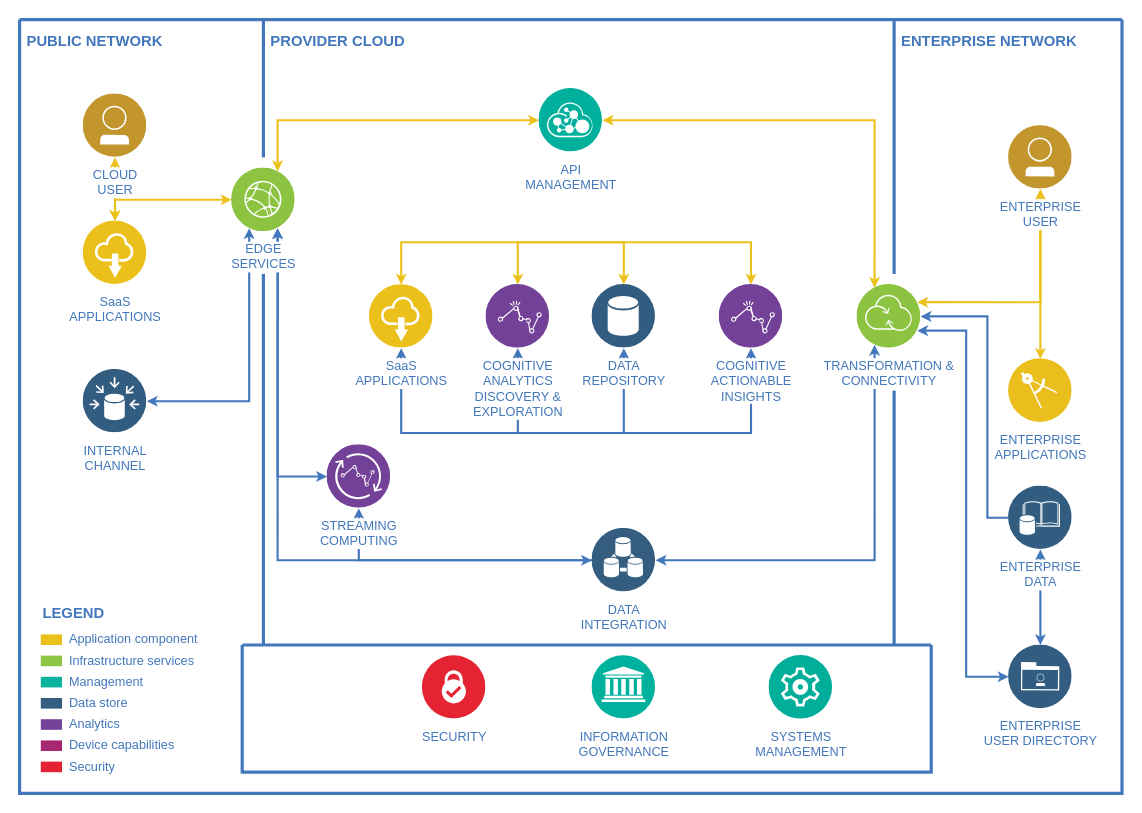
Before: 未命名绘图.drawio in acceleratorssr/test, a draw.io diagram. Source tidied: cells renumbered, new cells numbered last; positions are measured from the earlier drawing's top-left corner, leaving out a move shared by most shapes. Both pictures are drawn from the tidied source at 106%, with x=0, y=0 at pixel (19, 19).
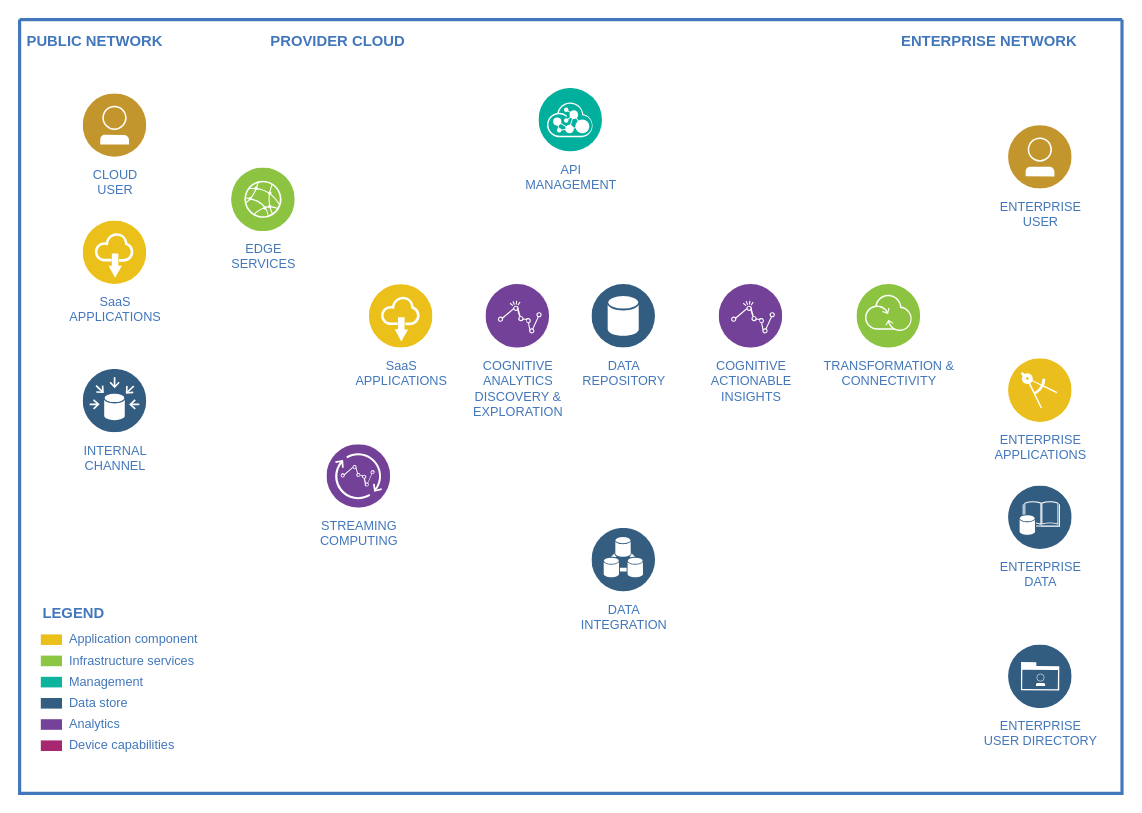
After the change.

Commit message:
更新未命名绘图.drawio

The change refers to these unchanged cells:
```xml
<mxCell id="2" style="swimlane;shadow=0;strokeColor=#4277BB;fillColor=#ffffff;fontColor=none;align=right;startSize=0;noLabel=1;strokeWidth=3;" parent="1" vertex="1">
  <mxGeometry width="1040" height="730" as="geometry" />
</mxCell>
<mxCell id="20" value="CLOUD&lt;div&gt;USER&lt;/div&gt;" style="perimeter=ellipsePerimeter;html=1;align=center;shadow=0;dashed=0;image;image=img/lib/ibm/users/user.svg;strokeColor=#FF0000;fillColor=#FFFF66;gradientColor=none;fontColor=#4277BB;labelBackgroundColor=#ffffff;fontSize=12;spacingTop=3;" parent="2" vertex="1">
  <mxGeometry x="60" y="70" width="60" height="60" as="geometry" />
</mxCell>
<mxCell id="22" value="SaaS&lt;div&gt;APPLICATIONS&lt;/div&gt;" style="perimeter=ellipsePerimeter;html=1;align=center;shadow=0;dashed=0;image;image=img/lib/ibm/applications/saas_applications.svg;strokeColor=#FF0000;fillColor=#FFFF66;gradientColor=none;fontColor=#4277BB;labelBackgroundColor=#ffffff;spacingTop=3;" parent="2" vertex="1">
  <mxGeometry x="60" y="190" width="60" height="60" as="geometry" />
</mxCell>
<mxCell id="23" value="INTERNAL&lt;div&gt;CHANNEL&lt;/div&gt;" style="perimeter=ellipsePerimeter;html=1;align=center;shadow=0;dashed=0;image;image=img/lib/ibm/data/data_sources.svg;strokeColor=#FF0000;fillColor=#FFFF66;gradientColor=none;fontColor=#4277BB;labelBackgroundColor=#ffffff;spacingTop=3;" parent="2" vertex="1">
  <mxGeometry x="60" y="330" width="60" height="60" as="geometry" />
</mxCell>
<mxCell id="24" value="EDGE&lt;div&gt;SERVICES&lt;/div&gt;" style="perimeter=ellipsePerimeter;html=1;align=center;shadow=0;dashed=0;image;image=img/lib/ibm/infrastructure/edge_services.svg;strokeColor=#FF0000;fillColor=#FFFF66;gradientColor=none;fontColor=#4277BB;labelBackgroundColor=#ffffff;spacingTop=3;" parent="2" vertex="1">
  <mxGeometry x="200" y="140" width="60" height="60" as="geometry" />
</mxCell>
<mxCell id="25" value="API&lt;div&gt;MANAGEMENT&lt;/div&gt;" style="perimeter=ellipsePerimeter;html=1;align=center;shadow=0;dashed=0;image;image=img/lib/ibm/management/api_management.svg;strokeColor=#FF0000;fillColor=#FFFF66;gradientColor=none;fontColor=#4277BB;labelBackgroundColor=#ffffff;spacingTop=3;" parent="2" vertex="1">
  <mxGeometry x="490" y="65" width="60" height="60" as="geometry" />
</mxCell>
<mxCell id="26" value="SaaS&lt;div&gt;APPLICATIONS&lt;/div&gt;" style="perimeter=ellipsePerimeter;html=1;align=center;shadow=0;dashed=0;image;image=img/lib/ibm/applications/saas_applications.svg;strokeColor=#FF0000;fillColor=#FFFF66;gradientColor=none;fontColor=#4277BB;labelBackgroundColor=#ffffff;spacingTop=3;" parent="2" vertex="1">
  <mxGeometry x="330" y="250" width="60" height="60" as="geometry" />
</mxCell>
<mxCell id="27" value="COGNITIVE&lt;div&gt;ANALYTICS&lt;/div&gt;&lt;div&gt;DISCOVERY &amp;amp;&lt;/div&gt;&lt;div&gt;EXPLORATION&lt;/div&gt;" style="perimeter=ellipsePerimeter;html=1;align=center;shadow=0;dashed=0;image;image=img/lib/ibm/analytics/analytics.svg;strokeColor=#FF0000;fillColor=#FFFF66;gradientColor=none;fontColor=#4277BB;labelBackgroundColor=#ffffff;spacingTop=3;" parent="2" vertex="1">
  <mxGeometry x="440" y="250" width="60" height="60" as="geometry" />
</mxCell>
<mxCell id="28" value="DATA&lt;div&gt;REPOSITORY&lt;/div&gt;" style="perimeter=ellipsePerimeter;html=1;align=center;shadow=0;dashed=0;image;image=img/lib/ibm/data/data_services.svg;strokeColor=#FF0000;fillColor=#FFFF66;gradientColor=none;fontColor=#4277BB;labelBackgroundColor=#ffffff;spacingTop=3;" parent="2" vertex="1">
  <mxGeometry x="540" y="250" width="60" height="60" as="geometry" />
</mxCell>
<mxCell id="29" value="COGNITIVE&lt;div&gt;ACTIONABLE&lt;/div&gt;&lt;div&gt;INSIGHTS&lt;/div&gt;" style="perimeter=ellipsePerimeter;html=1;align=center;shadow=0;dashed=0;image;image=img/lib/ibm/analytics/analytics.svg;strokeColor=#FF0000;fillColor=#FFFF66;gradientColor=none;fontColor=#4277BB;labelBackgroundColor=#ffffff;spacingTop=3;" parent="2" vertex="1">
  <mxGeometry x="660" y="250" width="60" height="60" as="geometry" />
</mxCell>
<mxCell id="30" value="STREAMING&lt;div&gt;COMPUTING&lt;/div&gt;" style="perimeter=ellipsePerimeter;html=1;align=center;shadow=0;dashed=0;image;image=img/lib/ibm/analytics/streaming_computing.svg;strokeColor=#FF0000;fillColor=#FFFF66;gradientColor=none;fontColor=#4277BB;labelBackgroundColor=#ffffff;spacingTop=3;" parent="2" vertex="1">
  <mxGeometry x="290" y="401" width="60" height="60" as="geometry" />
</mxCell>
<mxCell id="31" value="DATA&lt;div&gt;INTEGRATION&lt;/div&gt;" style="perimeter=ellipsePerimeter;html=1;align=center;shadow=0;dashed=0;image;image=img/lib/ibm/data/device_registry.svg;strokeColor=#FF0000;fillColor=#FFFF66;gradientColor=none;fontColor=#4277BB;labelBackgroundColor=#ffffff;spacingTop=3;" parent="2" vertex="1">
  <mxGeometry x="540" y="480" width="60" height="60" as="geometry" />
</mxCell>
<mxCell id="32" value="TRANSFORMATION &amp;amp;&lt;div&gt;CONNECTIVITY&lt;/div&gt;" style="perimeter=ellipsePerimeter;html=1;align=center;shadow=0;dashed=0;image;image=img/lib/ibm/infrastructure/transformation_connectivity.svg;strokeColor=#FF0000;fillColor=#FFFF66;gradientColor=none;fontColor=#4277BB;labelBackgroundColor=#ffffff;spacingTop=3;" parent="2" vertex="1">
  <mxGeometry x="790" y="250" width="60" height="60" as="geometry" />
</mxCell>
<mxCell id="33" value="ENTERPRISE&lt;div&gt;USER&lt;/div&gt;" style="perimeter=ellipsePerimeter;html=1;align=center;shadow=0;dashed=0;image;image=img/lib/ibm/users/user.svg;strokeColor=#FF0000;fillColor=#FFFF66;gradientColor=none;fontColor=#4277BB;labelBackgroundColor=#ffffff;spacingTop=3;" parent="2" vertex="1">
  <mxGeometry x="933" y="100" width="60" height="60" as="geometry" />
</mxCell>
<mxCell id="34" value="ENTERPRISE&lt;div&gt;APPLICATIONS&lt;/div&gt;" style="perimeter=ellipsePerimeter;html=1;align=center;shadow=0;dashed=0;image;image=img/lib/ibm/applications/enterprise_applications.svg;strokeColor=#FF0000;fillColor=#FFFF66;gradientColor=none;fontColor=#4277BB;labelBackgroundColor=#ffffff;spacingTop=3;" parent="2" vertex="1">
  <mxGeometry x="933" y="320" width="60" height="60" as="geometry" />
</mxCell>
<mxCell id="35" value="ENTERPRISE&lt;div&gt;DATA&lt;/div&gt;" style="perimeter=ellipsePerimeter;html=1;align=center;shadow=0;dashed=0;image;image=img/lib/ibm/data/enterprise_data.svg;strokeColor=#FF0000;fillColor=#FFFF66;gradientColor=none;fontColor=#4277BB;labelBackgroundColor=#ffffff;spacingTop=3;" parent="2" vertex="1">
  <mxGeometry x="933" y="440" width="60" height="60" as="geometry" />
</mxCell>
<mxCell id="36" value="ENTERPRISE&lt;div&gt;USER DIRECTORY&lt;/div&gt;" style="perimeter=ellipsePerimeter;html=1;align=center;shadow=0;dashed=0;image;image=img/lib/ibm/data/enterprise_user_directory.svg;strokeColor=#FF0000;fillColor=#FFFF66;gradientColor=none;fontColor=#4277BB;labelBackgroundColor=#ffffff;spacingTop=3;" parent="2" vertex="1">
  <mxGeometry x="933" y="590" width="60" height="60" as="geometry" />
</mxCell>
```

Diff of the diagram source:
```diff
@@
-    <mxCell id="3" style="edgeStyle=orthogonalEdgeStyle;rounded=0;html=1;labelBackgroundColor=#ffffff;jettySize=auto;strokeColor=#EDC11C;fontColor=#000000;startArrow=classic;startFill=1;strokeWidth=2;endSize=4;startSize=4;" parent="2" edge="1" source="20" target="22">
-      <mxGeometry relative="1" as="geometry" />
-    </mxCell>
-    <mxCell id="4" style="edgeStyle=orthogonalEdgeStyle;rounded=0;html=1;entryX=0.75;entryY=1;labelBackgroundColor=#ffffff;jettySize=auto;strokeColor=#4277BB;fontColor=#000000;strokeWidth=2;endSize=4;startSize=4;startArrow=classic;startFill=1;" parent="2" edge="1" source="30" target="24">
-      <mxGeometry relative="1" as="geometry" />
-    </mxCell>
-    <mxCell id="5" style="edgeStyle=orthogonalEdgeStyle;rounded=0;html=1;entryX=0.25;entryY=1;labelBackgroundColor=#ffffff;jettySize=auto;strokeColor=#4277BB;fontColor=#000000;strokeWidth=2;endSize=4;startSize=4;startArrow=classic;startFill=1;" parent="2" edge="1" source="23" target="24">
-      <mxGeometry relative="1" as="geometry" />
-    </mxCell>
-    <mxCell id="6" style="edgeStyle=orthogonalEdgeStyle;rounded=0;html=1;entryX=0.25;entryY=0;labelBackgroundColor=#ffffff;jettySize=auto;strokeColor=#EDC11C;fontColor=#000000;startArrow=classic;strokeWidth=2;endSize=4;startSize=4;" parent="2" edge="1" source="25" target="32">
-      <mxGeometry relative="1" as="geometry" />
-    </mxCell>
-    <mxCell id="7" style="edgeStyle=orthogonalEdgeStyle;rounded=0;html=1;entryX=0.75;entryY=0;labelBackgroundColor=#ffffff;jettySize=auto;strokeColor=#EDC11C;fontColor=#000000;startArrow=classic;strokeWidth=2;endSize=4;startSize=4;" parent="2" edge="1" source="25" target="24">
-      <mxGeometry relative="1" as="geometry">
-        <Array as="points">
-          <mxPoint x="243" y="95" />
-        </Array>
-      </mxGeometry>
-    </mxCell>
-    <mxCell id="8" style="edgeStyle=orthogonalEdgeStyle;rounded=0;html=1;labelBackgroundColor=#ffffff;jettySize=auto;strokeColor=#4277BB;fontColor=#000000;strokeWidth=2;endSize=4;startSize=4;startArrow=classic;startFill=1;" parent="2" edge="1" source="26" target="29">
-      <mxGeometry relative="1" as="geometry">
-        <Array as="points">
-          <mxPoint x="360" y="390" />
-          <mxPoint x="690" y="390" />
-        </Array>
-      </mxGeometry>
-    </mxCell>
-    <mxCell id="9" style="edgeStyle=orthogonalEdgeStyle;rounded=0;html=1;labelBackgroundColor=#ffffff;jettySize=auto;strokeColor=#EDC11C;fontColor=#000000;startArrow=classic;strokeWidth=2;endSize=4;startSize=4;" parent="2" edge="1" source="26" target="29">
-      <mxGeometry relative="1" as="geometry">
-        <Array as="points">
-          <mxPoint x="360" y="210" />
-          <mxPoint x="690" y="210" />
-        </Array>
-      </mxGeometry>
-    </mxCell>
-    <mxCell id="10" style="edgeStyle=orthogonalEdgeStyle;rounded=0;html=1;labelBackgroundColor=#ffffff;jettySize=auto;strokeColor=#4277BB;fontColor=#000000;strokeWidth=2;endSize=4;startSize=4;startArrow=classic;startFill=1;" parent="2" edge="1" source="27" target="28">
-      <mxGeometry relative="1" as="geometry">
-        <Array as="points">
-          <mxPoint x="470" y="390" />
-          <mxPoint x="570" y="390" />
-        </Array>
-      </mxGeometry>
-    </mxCell>
-    <mxCell id="11" style="edgeStyle=orthogonalEdgeStyle;rounded=0;html=1;labelBackgroundColor=#ffffff;jettySize=auto;strokeColor=#EDC11C;fontColor=#000000;startArrow=classic;strokeWidth=2;endSize=4;startSize=4;" parent="2" edge="1" source="27" target="28">
-      <mxGeometry relative="1" as="geometry">
-        <Array as="points">
-          <mxPoint x="470" y="210" />
-          <mxPoint x="570" y="210" />
-        </Array>
-      </mxGeometry>
-    </mxCell>
-    <mxCell id="12" style="edgeStyle=orthogonalEdgeStyle;rounded=0;html=1;labelBackgroundColor=#ffffff;jettySize=auto;strokeColor=#4277BB;fontColor=#000000;entryX=0.75;entryY=1;strokeWidth=2;endSize=4;startSize=4;startArrow=classic;startFill=1;" parent="2" edge="1" source="31" target="24">
-      <mxGeometry relative="1" as="geometry">
-        <Array as="points">
-          <mxPoint x="243" y="510" />
-        </Array>
-      </mxGeometry>
-    </mxCell>
-    <mxCell id="13" style="edgeStyle=orthogonalEdgeStyle;rounded=0;html=1;entryX=0.25;entryY=1;labelBackgroundColor=#ffffff;jettySize=auto;strokeColor=#4277BB;fontColor=#000000;strokeWidth=2;endSize=4;startSize=4;startArrow=classic;startFill=1;" parent="2" edge="1" source="31" target="32">
-      <mxGeometry relative="1" as="geometry" />
-    </mxCell>
-    <mxCell id="14" style="edgeStyle=orthogonalEdgeStyle;rounded=0;html=1;labelBackgroundColor=#ffffff;jettySize=auto;strokeColor=#EDC11C;fontColor=#000000;startArrow=classic;strokeWidth=2;endSize=4;startSize=4;" parent="2" edge="1" source="33" target="34">
-      <mxGeometry relative="1" as="geometry" />
-    </mxCell>
-    <mxCell id="15" style="edgeStyle=orthogonalEdgeStyle;rounded=0;html=1;entryX=1;entryY=0.25;labelBackgroundColor=#ffffff;jettySize=auto;strokeColor=#EDC11C;fontColor=#000000;startArrow=classic;strokeWidth=2;endSize=4;startSize=4;" parent="2" edge="1" source="33" target="32">
-      <mxGeometry relative="1" as="geometry">
-        <Array as="points">
-          <mxPoint x="963" y="267" />
-        </Array>
-      </mxGeometry>
-    </mxCell>
-    <mxCell id="16" style="edgeStyle=orthogonalEdgeStyle;rounded=0;html=1;entryX=1;entryY=0.5;labelBackgroundColor=#ffffff;jettySize=auto;strokeColor=#4277BB;fontColor=#000000;strokeWidth=2;endSize=4;startSize=4;" parent="2" edge="1" source="35" target="32">
-      <mxGeometry relative="1" as="geometry">
-        <Array as="points">
-          <mxPoint x="913" y="470" />
-          <mxPoint x="913" y="280" />
-        </Array>
-      </mxGeometry>
-    </mxCell>
-    <mxCell id="17" style="edgeStyle=orthogonalEdgeStyle;rounded=0;html=1;labelBackgroundColor=#ffffff;jettySize=auto;strokeColor=#4277BB;fontColor=#000000;strokeWidth=2;endSize=4;startSize=4;startArrow=classic;startFill=1;" parent="2" edge="1" source="35" target="36">
-      <mxGeometry relative="1" as="geometry" />
-    </mxCell>
-    <mxCell id="18" style="edgeStyle=orthogonalEdgeStyle;rounded=0;html=1;entryX=1;entryY=0.75;labelBackgroundColor=#ffffff;jettySize=auto;strokeColor=#4277BB;fontColor=#000000;strokeWidth=2;endSize=4;startSize=4;startArrow=classic;startFill=1;" parent="2" edge="1" source="36" target="32">
-      <mxGeometry relative="1" as="geometry">
-        <Array as="points">
-          <mxPoint x="893" y="620" />
-          <mxPoint x="893" y="293" />
-        </Array>
-      </mxGeometry>
-    </mxCell>
-    <mxCell id="19" style="edgeStyle=orthogonalEdgeStyle;rounded=0;html=1;labelBackgroundColor=#ffffff;jettySize=auto;strokeColor=#4277BB;fontSize=12;fontColor=#4277BB;strokeWidth=2;endSize=4;startSize=4;" parent="2" edge="1" source="31" target="30">
-      <mxGeometry relative="1" as="geometry" />
-    </mxCell>
@@
-    <mxCell id="21" style="edgeStyle=orthogonalEdgeStyle;rounded=0;html=1;labelBackgroundColor=#ffffff;startArrow=classic;startFill=1;startSize=4;endSize=4;jettySize=auto;strokeColor=#EDC11C;strokeWidth=2;fontSize=12;fontColor=#4277BB;" parent="2" edge="1" source="22" target="24">
-      <mxGeometry relative="1" as="geometry">
-        <Array as="points">
-          <mxPoint x="90" y="170" />
-        </Array>
-      </mxGeometry>
-    </mxCell>
@@
-    <mxCell id="37" style="swimlane;shadow=0;labelBackgroundColor=#007FFF;strokeColor=#4277BB;fillColor=none;gradientColor=none;fontColor=#000000;align=right;startSize=0;strokeWidth=3;" parent="2" vertex="1">
-      <mxGeometry x="210" y="590" width="650" height="120" as="geometry" />
-    </mxCell>
-    <mxCell id="38" value="SECURITY" style="perimeter=ellipsePerimeter;html=1;align=center;shadow=0;dashed=0;image;image=img/lib/ibm/blockchain/certificate_authority.svg;strokeColor=#FF0000;fillColor=#FFFF66;gradientColor=none;fontColor=#4277BB;labelBackgroundColor=#ffffff;spacingTop=3;" parent="37" vertex="1">
-      <mxGeometry x="170" y="10" width="60" height="60" as="geometry" />
-    </mxCell>
-    <mxCell id="39" value="INFORMATION&lt;div&gt;GOVERNANCE&lt;/div&gt;" style="perimeter=ellipsePerimeter;html=1;align=center;shadow=0;dashed=0;image;image=img/lib/ibm/management/information_governance.svg;strokeColor=#FF0000;fillColor=#FFFF66;gradientColor=none;fontColor=#4277BB;labelBackgroundColor=#ffffff;spacingTop=3;" parent="37" vertex="1">
-      <mxGeometry x="330" y="10" width="60" height="60" as="geometry" />
-    </mxCell>
-    <mxCell id="40" value="SYSTEMS&lt;div&gt;MANAGEMENT&lt;/div&gt;" style="perimeter=ellipsePerimeter;html=1;align=center;shadow=0;dashed=0;image;image=img/lib/ibm/management/cluster_management.svg;strokeColor=#FF0000;fillColor=#FFFF66;gradientColor=none;fontColor=#4277BB;labelBackgroundColor=#ffffff;spacingTop=3;" parent="37" vertex="1">
-      <mxGeometry x="497" y="10" width="60" height="60" as="geometry" />
-    </mxCell>
@@
-    <mxCell id="42" style="line;strokeWidth=3;direction=south;html=1;shadow=0;labelBackgroundColor=none;fillColor=none;gradientColor=none;fontSize=12;fontColor=#4277BB;align=right;strokeColor=#4277BB;" parent="2" vertex="1">
-      <mxGeometry x="225" width="10" height="130" as="geometry" />
-    </mxCell>
-    <mxCell id="43" style="line;strokeWidth=3;direction=south;html=1;shadow=0;labelBackgroundColor=none;fillColor=none;gradientColor=none;fontSize=12;fontColor=#4277BB;align=right;strokeColor=#4277BB;" parent="2" vertex="1">
-      <mxGeometry x="225" y="240" width="10" height="350" as="geometry" />
-    </mxCell>
-    <mxCell id="44" style="line;strokeWidth=3;direction=south;html=1;shadow=0;labelBackgroundColor=none;fillColor=none;gradientColor=none;fontSize=12;fontColor=#4277BB;align=right;strokeColor=#4277BB;" parent="2" vertex="1">
-      <mxGeometry x="820" y="350" width="10" height="240" as="geometry" />
-    </mxCell>
-    <mxCell id="45" style="line;strokeWidth=3;direction=south;html=1;shadow=0;labelBackgroundColor=none;fillColor=none;gradientColor=none;fontSize=12;fontColor=#4277BB;align=right;strokeColor=#4277BB;" parent="2" vertex="1">
-      <mxGeometry x="820" width="10" height="240" as="geometry" />
-    </mxCell>
@@
-    <mxCell id="54" value="Security" style="rounded=0;html=1;shadow=0;labelBackgroundColor=none;strokeColor=none;strokeWidth=2;fillColor=#E52134;gradientColor=none;fontSize=12;fontColor=#4277BB;align=left;labelPosition=right;verticalLabelPosition=middle;verticalAlign=middle;spacingLeft=5;" parent="2" vertex="1">
-      <mxGeometry x="20" y="700" width="20" height="10" as="geometry" />
-    </mxCell>
```
